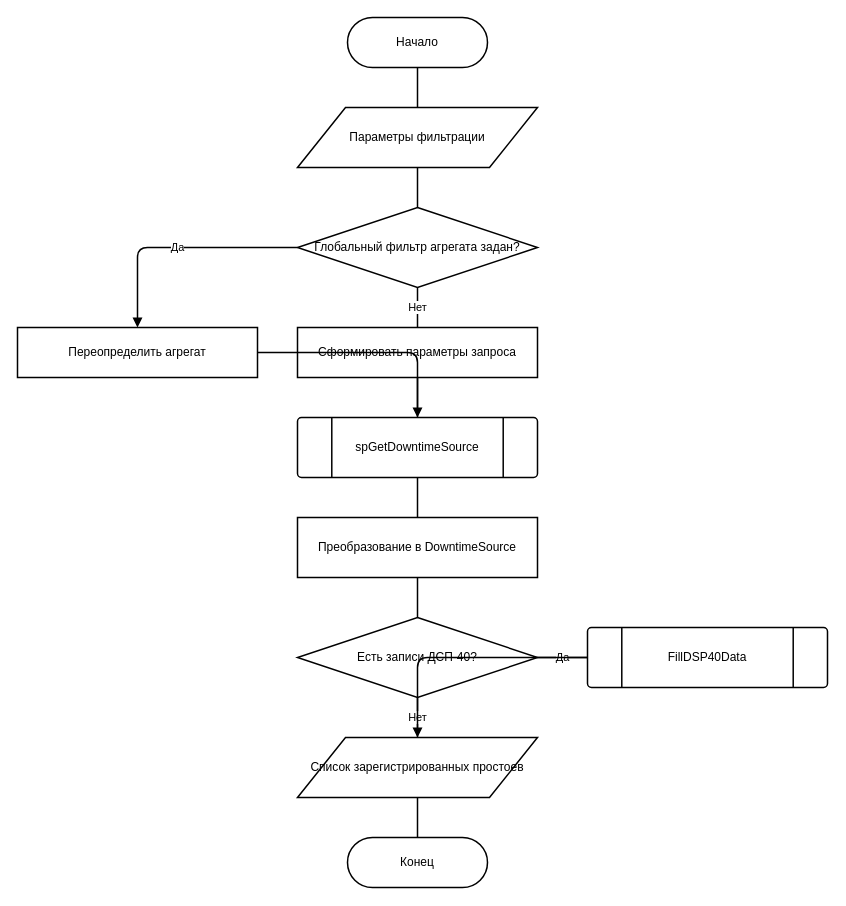
Earlier version of the draw.io diagram page "Page-5" (5 of 6) of diagrams/Untitled Diagram.drawio (KhasanovAMdev/MyDiagrams). Source tidied: cells renumbered, new cells numbered last; positions are measured from the earlier drawing's top-left corner, leaving out a move shared by most shapes. Both pictures are drawn from the tidied source at 100%, with x=0, y=0 at pixel (17, 17).
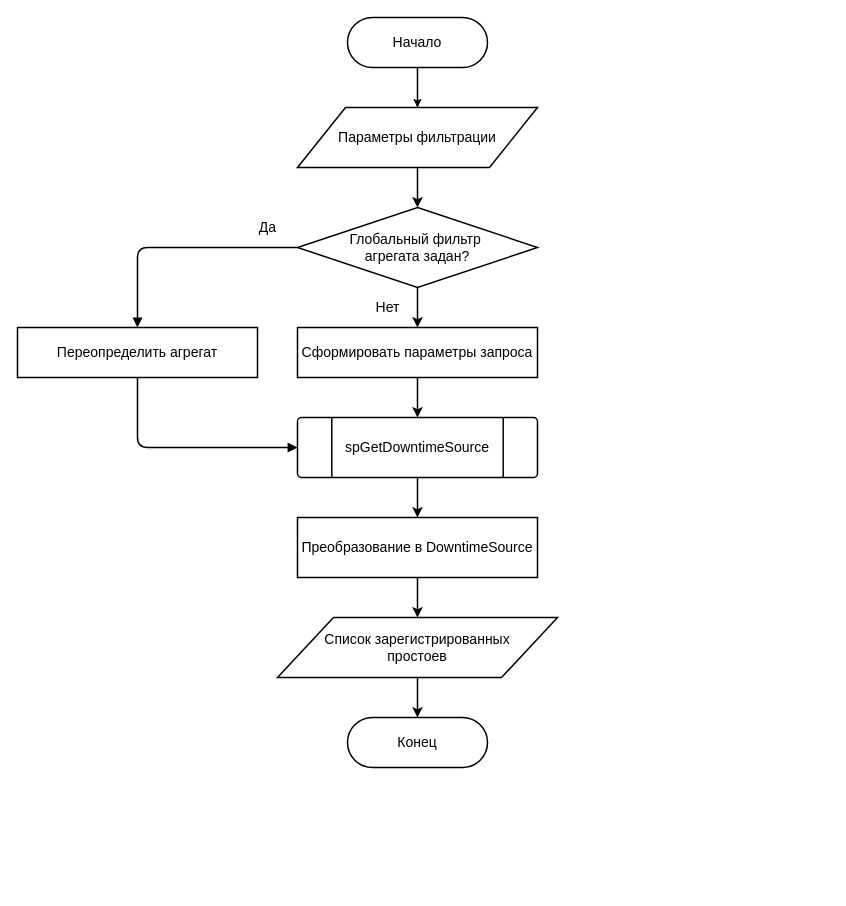
After the change.

Diff of the diagram source:
```diff
@@
+    <mxCell id="25" style="edgeStyle=orthogonalEdgeStyle;rounded=0;jettySize=auto;html=1;defaultLabelBackgroundColor=page;" parent="1" edge="1" source="2" target="3">
+      <mxGeometry relative="1" as="geometry" />
+    </mxCell>
-    <mxCell id="2" value="Начало" style="rounded=1;whiteSpace=wrap;html=1;arcSize=50;fillColor=#ffffff;strokeColor=#000000;strokeWidth=1.5;" parent="1" vertex="1">
+    <mxCell id="2" value="Начало" style="rounded=1;whiteSpace=wrap;html=1;arcSize=50;fillColor=#ffffff;strokeColor=#000000;strokeWidth=1.5;fontSize=14;" parent="1" vertex="1">
       <mxGeometry x="330" width="140" height="50" as="geometry" />
     </mxCell>
-    <mxCell id="3" value="Параметры фильтрации" style="shape=parallelogram;whiteSpace=wrap;html=1;fillColor=#ffffff;strokeColor=#000000;strokeWidth=1.5;" parent="1" vertex="1">
+    <mxCell id="3" value="Параметры фильтрации" style="shape=parallelogram;whiteSpace=wrap;html=1;fillColor=#ffffff;strokeColor=#000000;strokeWidth=1.5;fontSize=14;" parent="1" vertex="1">
       <mxGeometry x="280" y="90" width="240" height="60" as="geometry" />
     </mxCell>
-    <mxCell id="4" value="Глобальный фильтр агрегата задан?" style="rhombus;whiteSpace=wrap;html=1;fillColor=#ffffff;strokeColor=#000000;strokeWidth=1.5;" parent="1" vertex="1">
+    <mxCell id="4" value="Глобальный фильтр&amp;nbsp;&lt;div&gt;агрегата задан?&lt;/div&gt;" style="rhombus;whiteSpace=wrap;html=1;fillColor=#ffffff;strokeColor=#000000;strokeWidth=1.5;fontSize=14;" parent="1" vertex="1">
       <mxGeometry x="280" y="190" width="240" height="80" as="geometry" />
     </mxCell>
-    <mxCell id="5" value="Переопределить агрегат" style="rounded=0;whiteSpace=wrap;html=1;fillColor=#ffffff;strokeColor=#000000;strokeWidth=1.5;" parent="1" vertex="1">
+    <mxCell id="5" value="Переопределить агрегат" style="rounded=0;whiteSpace=wrap;html=1;fillColor=#ffffff;strokeColor=#000000;strokeWidth=1.5;fontSize=14;" parent="1" vertex="1">
       <mxGeometry y="310" width="240" height="50" as="geometry" />
     </mxCell>
-    <mxCell id="6" value="Сформировать параметры запроса" style="rounded=0;whiteSpace=wrap;html=1;fillColor=#ffffff;strokeColor=#000000;strokeWidth=1.5;" parent="1" vertex="1">
+    <mxCell id="6" value="Сформировать параметры запроса" style="rounded=0;whiteSpace=wrap;html=1;fillColor=#ffffff;strokeColor=#000000;strokeWidth=1.5;fontSize=14;" parent="1" vertex="1">
       <mxGeometry x="280" y="310" width="240" height="50" as="geometry" />
     </mxCell>
-    <mxCell id="7" value="spGetDowntimeSource" style="shape=mxgraph.flowchart.predefined_process;whiteSpace=wrap;html=1;fillColor=#ffffff;strokeColor=#000000;strokeWidth=1.5;" parent="1" vertex="1">
+    <mxCell id="7" value="spGetDowntimeSource" style="shape=mxgraph.flowchart.predefined_process;whiteSpace=wrap;html=1;fillColor=#ffffff;strokeColor=#000000;strokeWidth=1.5;fontSize=14;" parent="1" vertex="1">
       <mxGeometry x="280" y="400" width="240" height="60" as="geometry" />
     </mxCell>
-    <mxCell id="8" value="Преобразование в DowntimeSource" style="rounded=0;whiteSpace=wrap;html=1;fillColor=#ffffff;strokeColor=#000000;strokeWidth=1.5;" parent="1" vertex="1">
+    <mxCell id="8" value="Преобразование в DowntimeSource" style="rounded=0;whiteSpace=wrap;html=1;fillColor=#ffffff;strokeColor=#000000;strokeWidth=1.5;fontSize=14;" parent="1" vertex="1">
       <mxGeometry x="280" y="500" width="240" height="60" as="geometry" />
     </mxCell>
-    <mxCell id="9" value="Есть записи ДСП-40?" style="rhombus;whiteSpace=wrap;html=1;fillColor=#ffffff;strokeColor=#000000;strokeWidth=1.5;" parent="1" vertex="1">
-      <mxGeometry x="280" y="600" width="240" height="80" as="geometry" />
-    </mxCell>
-    <mxCell id="10" value="FillDSP40Data" style="shape=mxgraph.flowchart.predefined_process;whiteSpace=wrap;html=1;fillColor=#ffffff;strokeColor=#000000;strokeWidth=1.5;" parent="1" vertex="1">
-      <mxGeometry x="570" y="610" width="240" height="60" as="geometry" />
-    </mxCell>
-    <mxCell id="11" value="Список зарегистрированных простоев" style="shape=parallelogram;whiteSpace=wrap;html=1;fillColor=#ffffff;strokeColor=#000000;strokeWidth=1.5;" parent="1" vertex="1">
-      <mxGeometry x="280" y="720" width="240" height="60" as="geometry" />
+    <mxCell id="11" value="Список&amp;nbsp;&lt;span style=&quot;background-color: transparent; color: light-dark(#000000, var(--ge-light-color, #ffffff));&quot;&gt;зарегистрированных&lt;/span&gt;&lt;div&gt;&lt;span style=&quot;background-color: transparent; color: light-dark(#000000, var(--ge-light-color, #ffffff));&quot;&gt;простоев&lt;/span&gt;&lt;/div&gt;" style="shape=parallelogram;whiteSpace=wrap;html=1;fillColor=#ffffff;strokeColor=#000000;strokeWidth=1.5;fontSize=14;" parent="1" vertex="1">
+      <mxGeometry x="260" y="600" width="280" height="60" as="geometry" />
     </mxCell>
-    <mxCell id="12" value="Конец" style="rounded=1;whiteSpace=wrap;html=1;arcSize=50;fillColor=#ffffff;strokeColor=#000000;strokeWidth=1.5;" parent="1" vertex="1">
-      <mxGeometry x="330" y="820" width="140" height="50" as="geometry" />
+    <mxCell id="12" value="Конец" style="rounded=1;whiteSpace=wrap;html=1;arcSize=50;fillColor=#ffffff;strokeColor=#000000;strokeWidth=1.5;fontSize=14;" parent="1" vertex="1">
+      <mxGeometry x="330" y="700" width="140" height="50" as="geometry" />
     </mxCell>
-    <mxCell id="13" style="edgeStyle=orthogonalEdgeStyle;html=1;strokeWidth=1.5;endArrow=none;" parent="1" edge="1" source="2" target="3">
+    <mxCell id="13" style="edgeStyle=orthogonalEdgeStyle;html=1;strokeWidth=1.5;endArrow=none;fontSize=14;" parent="1" edge="1" source="2" target="3">
       <mxGeometry relative="1" as="geometry" />
     </mxCell>
-    <mxCell id="14" style="edgeStyle=orthogonalEdgeStyle;html=1;strokeWidth=1.5;endArrow=none;" parent="1" edge="1" source="3" target="4">
+    <mxCell id="14" style="edgeStyle=orthogonalEdgeStyle;html=1;strokeWidth=1.5;endArrow=classic;fontSize=14;endFill=1;" parent="1" edge="1" source="3" target="4">
       <mxGeometry relative="1" as="geometry" />
     </mxCell>
-    <mxCell id="15" value="Да" style="edgeStyle=orthogonalEdgeStyle;html=1;strokeWidth=1.5;endArrow=block;endFill=1;labelBackgroundColor=#ffffff;" parent="1" edge="1" source="4" target="5">
-      <mxGeometry relative="1" as="geometry" />
+    <mxCell id="15" value="Да" style="edgeStyle=orthogonalEdgeStyle;html=1;strokeWidth=1.5;endArrow=block;endFill=1;labelBackgroundColor=#ffffff;fontSize=14;" parent="1" edge="1" source="4" target="5">
+      <mxGeometry x="-0.75" y="-20" relative="1" as="geometry" />
     </mxCell>
-    <mxCell id="16" value="Нет" style="edgeStyle=orthogonalEdgeStyle;html=1;strokeWidth=1.5;endArrow=none;labelBackgroundColor=#ffffff;" parent="1" edge="1" source="4" target="6">
-      <mxGeometry relative="1" as="geometry" />
+    <mxCell id="16" value="Нет" style="edgeStyle=orthogonalEdgeStyle;html=1;strokeWidth=1.5;endArrow=classic;labelBackgroundColor=#ffffff;fontSize=14;endFill=1;" parent="1" edge="1" source="4" target="6">
+      <mxGeometry y="-30" relative="1" as="geometry" />
     </mxCell>
-    <mxCell id="17" style="edgeStyle=orthogonalEdgeStyle;html=1;strokeWidth=1.5;endArrow=block;endFill=1;" parent="1" edge="1" source="5" target="7">
-      <mxGeometry relative="1" as="geometry" />
+    <mxCell id="17" style="edgeStyle=orthogonalEdgeStyle;html=1;strokeWidth=1.5;endArrow=block;endFill=1;fontSize=14;" parent="1" edge="1" source="5" target="7">
+      <mxGeometry relative="1" as="geometry">
+        <Array as="points">
+          <mxPoint x="120" y="430" />
+        </Array>
+      </mxGeometry>
     </mxCell>
-    <mxCell id="18" style="edgeStyle=orthogonalEdgeStyle;html=1;strokeWidth=1.5;endArrow=none;" parent="1" edge="1" source="6" target="7">
+    <mxCell id="18" style="edgeStyle=orthogonalEdgeStyle;html=1;strokeWidth=1.5;endArrow=classic;fontSize=14;endFill=1;" parent="1" edge="1" source="6" target="7">
       <mxGeometry relative="1" as="geometry" />
     </mxCell>
-    <mxCell id="19" style="edgeStyle=orthogonalEdgeStyle;html=1;strokeWidth=1.5;endArrow=none;" parent="1" edge="1" source="7" target="8">
+    <mxCell id="19" style="edgeStyle=orthogonalEdgeStyle;html=1;strokeWidth=1.5;endArrow=classic;fontSize=14;endFill=1;" parent="1" edge="1" source="7" target="8">
       <mxGeometry relative="1" as="geometry" />
     </mxCell>
-    <mxCell id="20" style="edgeStyle=orthogonalEdgeStyle;html=1;strokeWidth=1.5;endArrow=none;" parent="1" edge="1" source="8" target="9">
-      <mxGeometry relative="1" as="geometry" />
+    <mxCell id="20" style="edgeStyle=orthogonalEdgeStyle;html=1;strokeWidth=1.5;endArrow=classic;fontSize=14;endFill=1;" parent="1" edge="1" source="8">
+      <mxGeometry relative="1" as="geometry">
+        <mxPoint x="400" y="600" as="targetPoint" />
+      </mxGeometry>
     </mxCell>
-    <mxCell id="21" value="Да" style="edgeStyle=orthogonalEdgeStyle;html=1;strokeWidth=1.5;endArrow=none;labelBackgroundColor=#ffffff;" parent="1" edge="1" source="9" target="10">
-      <mxGeometry relative="1" as="geometry" />
-    </mxCell>
-    <mxCell id="22" value="Нет" style="edgeStyle=orthogonalEdgeStyle;html=1;strokeWidth=1.5;endArrow=none;labelBackgroundColor=#ffffff;" parent="1" edge="1" source="9" target="11">
-      <mxGeometry relative="1" as="geometry" />
-    </mxCell>
-    <mxCell id="23" style="edgeStyle=orthogonalEdgeStyle;html=1;strokeWidth=1.5;endArrow=block;endFill=1;" parent="1" edge="1" source="10" target="11">
-      <mxGeometry relative="1" as="geometry" />
-    </mxCell>
-    <mxCell id="24" style="edgeStyle=orthogonalEdgeStyle;html=1;strokeWidth=1.5;endArrow=none;" parent="1" edge="1" source="11" target="12">
+    <mxCell id="24" style="edgeStyle=orthogonalEdgeStyle;html=1;strokeWidth=1.5;endArrow=classic;fontSize=14;endFill=1;" parent="1" edge="1" source="11" target="12">
       <mxGeometry relative="1" as="geometry" />
     </mxCell>
```
